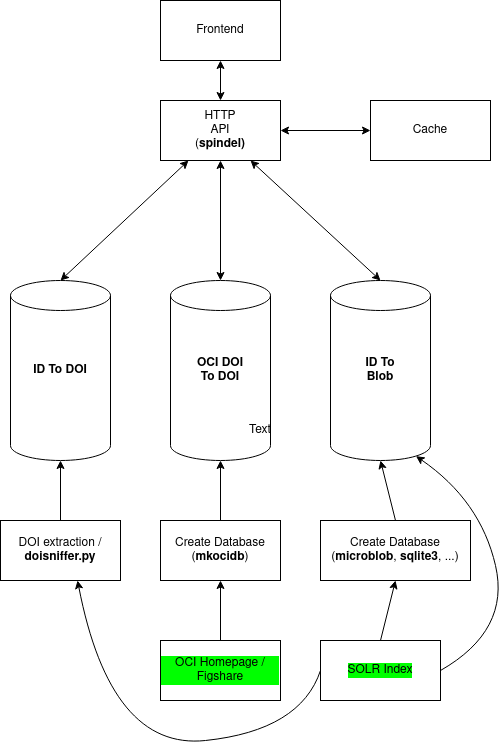
The draw.io diagram notes/Labe.png in slub/labe, before a commit. Source tidied: cells renumbered, new cells last; positions are measured from the earlier drawing's top-left corner, leaving out a move shared by most shapes.
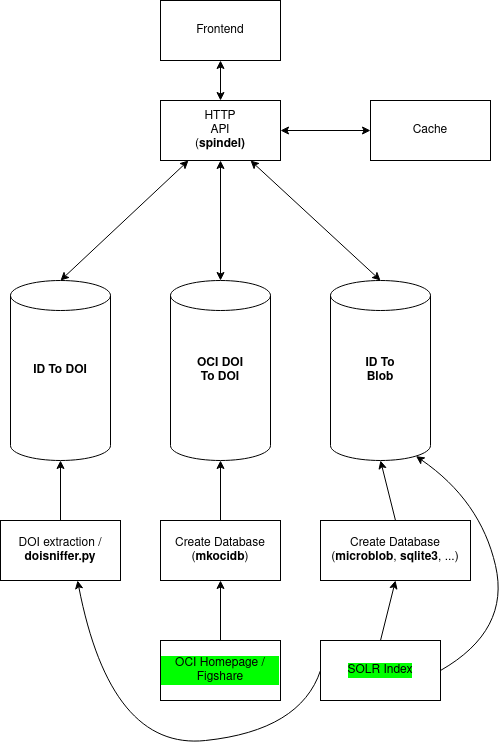
After the commit.

Commit message:
notes: fix diagram

Change to the diagram source:
```diff
@@ -97,8 +97,5 @@
     <mxCell id="28" style="endArrow=classic;startArrow=classic;html=1;entryX=1;entryY=0.5;entryDx=0;entryDy=0;" parent="1" edge="1" source="27" target="2">
       <mxGeometry relative="1" as="geometry" />
     </mxCell>
-    <mxCell id="29" value="Text" style="text;html=1;strokeColor=none;fillColor=none;align=center;verticalAlign=middle;whiteSpace=wrap;rounded=0;hachureGap=4;" parent="1" vertex="1">
-      <mxGeometry x="240" y="420" width="40" height="20" as="geometry" />
-    </mxCell>
   </root>
 </mxGraphModel>
```
